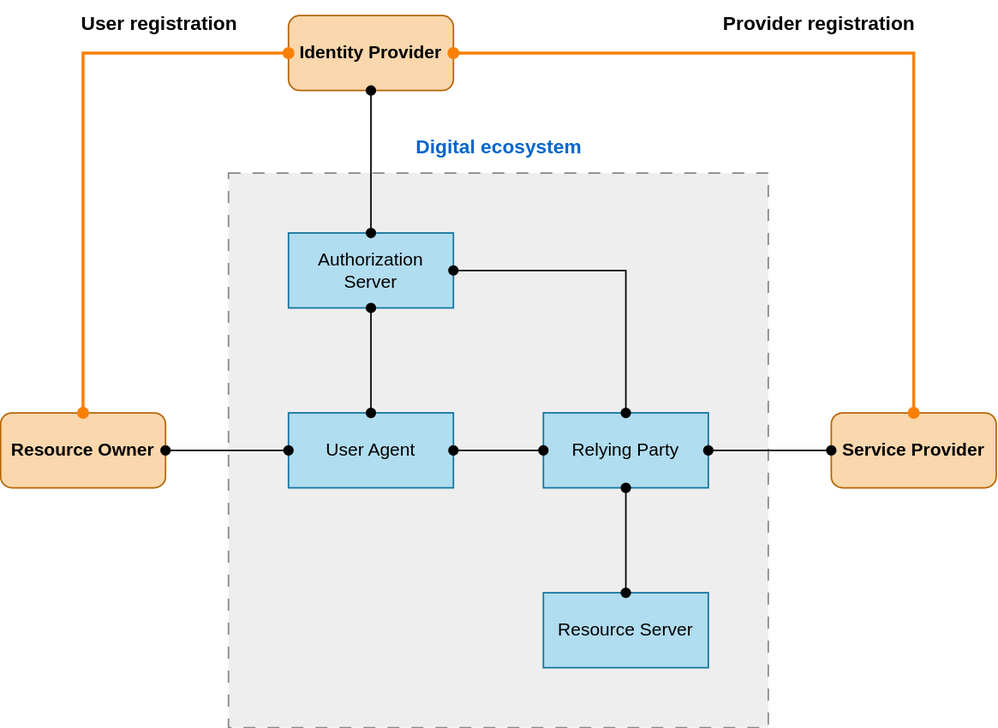
The draw.io diagram images/1_Asymmetric-depiction.svg in Luigi-Sbriz/identity, before a commit. Source tidied: cells renumbered, new cells last; positions are measured from the earlier drawing's top-left corner, leaving out a move shared by most shapes.
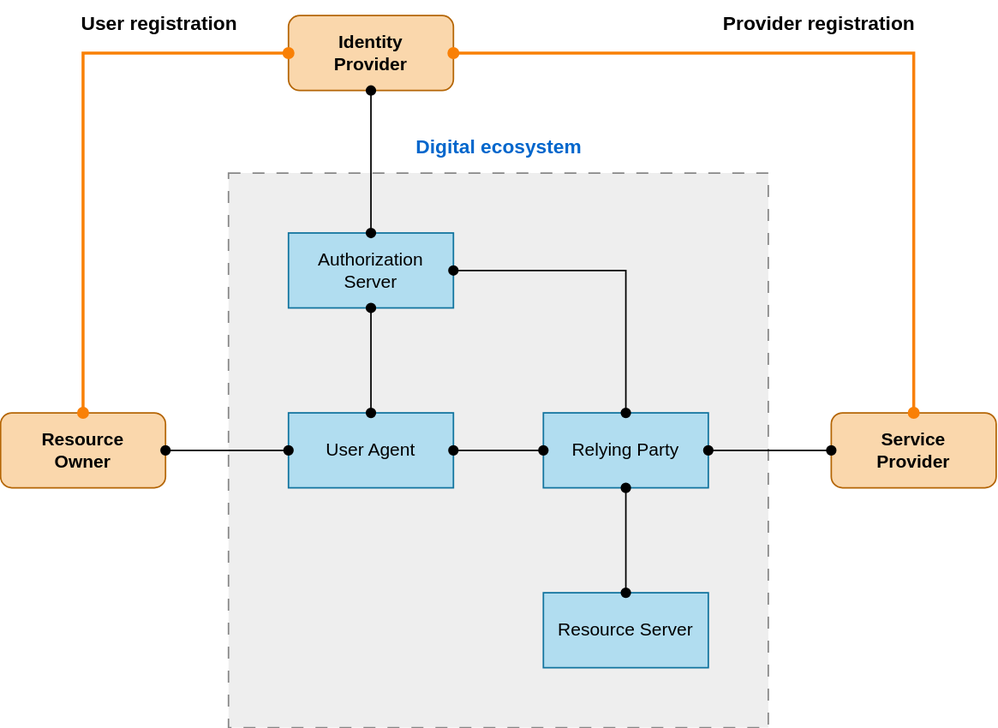
Later version of the same file.

What changed in the source:
```diff
@@ -5,13 +5,13 @@
     <mxCell id="2" value="&lt;p style=&quot;font-size: 13px;&quot;&gt;&lt;b style=&quot;font-size: 13px;&quot;&gt;&lt;font color=&quot;#0066cc&quot; style=&quot;font-size: 13px;&quot;&gt;Digital ecosystem&lt;/font&gt;&lt;/b&gt;&lt;/p&gt;" style="verticalLabelPosition=top;verticalAlign=bottom;shape=mxgraph.basic.rect;fillColor2=none;strokeWidth=1;size=19.33;indent=23.06;dashed=1;strokeColor=#878787;fillColor=#eeeeee;dashPattern=8 8;html=1;labelPosition=center;align=center;horizontal=1;spacing=-4;fontSize=13;" parent="1" vertex="1">
       <mxGeometry x="152" y="115" width="360" height="370" as="geometry" />
     </mxCell>
-    <mxCell id="3" value="Resource Owner" style="html=1;whiteSpace=wrap;fillColor=#fad7ac;strokeColor=#b46504;glass=0;rounded=1;shadow=0;fontStyle=1;" parent="1" vertex="1">
+    <mxCell id="3" value="Resource&lt;br&gt;Owner" style="html=1;whiteSpace=wrap;fillColor=#fad7ac;strokeColor=#b46504;glass=0;rounded=1;shadow=0;fontStyle=1;" parent="1" vertex="1">
       <mxGeometry y="275" width="110" height="50" as="geometry" />
     </mxCell>
-    <mxCell id="4" value="Identity Provider" style="html=1;whiteSpace=wrap;fillColor=#fad7ac;strokeColor=#b46504;glass=0;rounded=1;shadow=0;fontStyle=1;" parent="1" vertex="1">
+    <mxCell id="4" value="Identity&lt;br&gt;Provider" style="html=1;whiteSpace=wrap;fillColor=#fad7ac;strokeColor=#b46504;glass=0;rounded=1;shadow=0;fontStyle=1;" parent="1" vertex="1">
       <mxGeometry x="192" y="10" width="110" height="50" as="geometry" />
     </mxCell>
-    <mxCell id="5" value="Service Provider" style="html=1;whiteSpace=wrap;fillColor=#fad7ac;strokeColor=#b46504;glass=0;rounded=1;shadow=0;fontStyle=1;" parent="1" vertex="1">
+    <mxCell id="5" value="Service&lt;br&gt;Provider" style="html=1;whiteSpace=wrap;fillColor=#fad7ac;strokeColor=#b46504;glass=0;rounded=1;shadow=0;fontStyle=1;" parent="1" vertex="1">
       <mxGeometry x="554" y="275" width="110" height="50" as="geometry" />
     </mxCell>
     <mxCell id="6" value="User Agent" style="html=1;whiteSpace=wrap;fillColor=#b1ddf0;strokeColor=#10739e;" parent="1" vertex="1">
```
